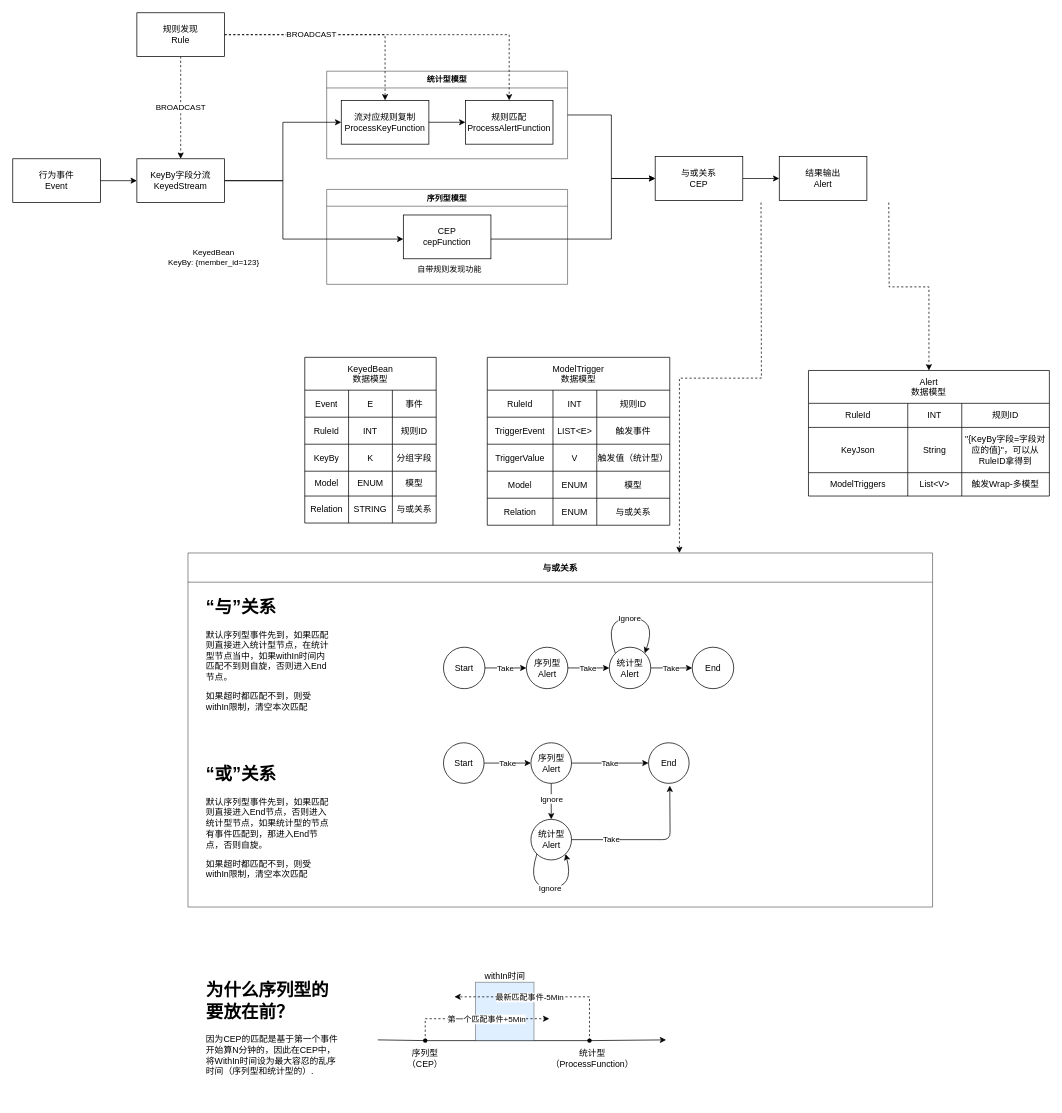
Above: cep.drawio in pengmide/draw (draw.io), before the change. Source tidied: cells renumbered, new cells numbered last; positions are measured from the earlier drawing's top-left corner, leaving out a move shared by most shapes. Both pictures are drawn from the tidied source at 73%, with x=0, y=0 at pixel (12, 12).
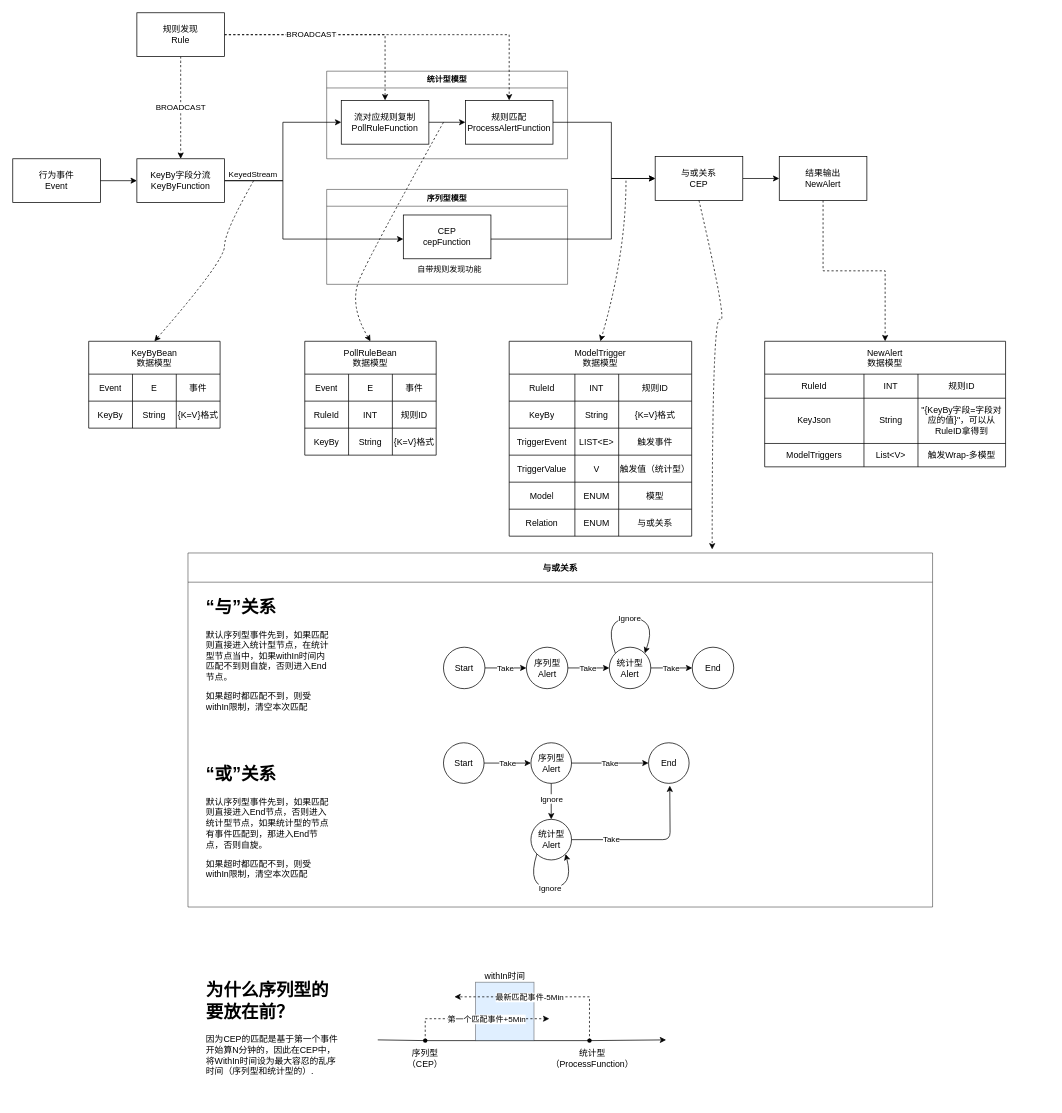
The same diagram, later.

The change refers to these unchanged cells:
```xml
<mxCell id="11" style="shape=tableRow;horizontal=0;startSize=0;swimlaneHead=0;swimlaneBody=0;top=0;left=0;bottom=0;right=0;fillColor=none;rounded=0;shadow=0;comic=0;sketch=0;" parent="2" vertex="1">
  <mxGeometry y="119" width="180" height="37" as="geometry" />
</mxCell>
<mxCell id="78" value="与或关系" style="swimlane;opacity=60;startSize=40;swimlaneHead=1;" parent="77" vertex="1">
  <mxGeometry x="-310" y="-20" width="1020" height="485" as="geometry" />
</mxCell>
<mxCell id="105" value="规则匹配ProcessAlertFunction" style="rounded=0;whiteSpace=wrap;html=1;" parent="1" vertex="1">
  <mxGeometry x="620" y="120" width="120" height="60" as="geometry" />
</mxCell>
<mxCell id="107" value="与或关系&lt;br&gt;CEP" style="rounded=0;whiteSpace=wrap;html=1;" parent="1" vertex="1">
  <mxGeometry x="880" y="197" width="120" height="60" as="geometry" />
</mxCell>
<mxCell id="117" value="统计型模型" style="swimlane;rounded=0;shadow=0;glass=0;sketch=0;fontFamily=Helvetica;fontSize=11;fontColor=default;fillColor=none;opacity=60;" parent="1" vertex="1">
  <mxGeometry x="430" y="80" width="330" height="120" as="geometry" />
</mxCell>
```

The edit, as a diff of the source:
```diff
@@
-    <mxCell id="2" value="KeyedBean&#10;数据模型" style="shape=table;startSize=45;childLayout=tableLayout;rounded=0;shadow=0;comic=0;sketch=0;" parent="1" vertex="1">
-      <mxGeometry x="400" y="472" width="180" height="227" as="geometry" />
+    <mxCell id="2" value="PollRuleBean&#10;数据模型" style="shape=table;startSize=45;childLayout=tableLayout;rounded=0;shadow=0;comic=0;sketch=0;labelBorderColor=none;" parent="1" vertex="1">
+      <mxGeometry x="400" y="450" width="180" height="156" as="geometry" />
     </mxCell>
@@
-    <mxCell id="13" value="&lt;span&gt;K&lt;/span&gt;" style="shape=partialRectangle;html=1;whiteSpace=wrap;overflow=hidden;fillColor=none;top=0;left=0;bottom=0;right=0;rounded=0;shadow=0;comic=0;sketch=0;startSize=0;" parent="11" vertex="1">
+    <mxCell id="13" value="String" style="shape=partialRectangle;html=1;whiteSpace=wrap;overflow=hidden;fillColor=none;top=0;left=0;bottom=0;right=0;rounded=0;shadow=0;comic=0;sketch=0;startSize=0;" parent="11" vertex="1">
       <mxGeometry x="60" width="60" height="37" as="geometry" />
     </mxCell>
-    <mxCell id="14" value="&lt;span&gt;分组字段&lt;/span&gt;" style="shape=partialRectangle;html=1;whiteSpace=wrap;overflow=hidden;fillColor=none;top=0;left=0;bottom=0;right=0;rounded=0;shadow=0;comic=0;sketch=0;startSize=0;" parent="11" vertex="1">
+    <mxCell id="14" value="{K=V}格式" style="shape=partialRectangle;html=1;whiteSpace=wrap;overflow=hidden;fillColor=none;top=0;left=0;bottom=0;right=0;rounded=0;shadow=0;comic=0;sketch=0;startSize=0;" parent="11" vertex="1">
       <mxGeometry x="120" width="60" height="37" as="geometry" />
     </mxCell>
-    <mxCell id="15" style="shape=tableRow;horizontal=0;startSize=0;swimlaneHead=0;swimlaneBody=0;top=0;left=0;bottom=0;right=0;fillColor=none;rounded=0;shadow=0;comic=0;sketch=0;" parent="2" vertex="1">
-      <mxGeometry y="156" width="180" height="34" as="geometry" />
-    </mxCell>
-    <mxCell id="16" value="&lt;span&gt;Model&lt;/span&gt;" style="shape=partialRectangle;html=1;whiteSpace=wrap;overflow=hidden;fillColor=none;top=0;left=0;bottom=0;right=0;rounded=0;shadow=0;comic=0;sketch=0;startSize=0;" parent="15" vertex="1">
-      <mxGeometry width="60" height="34" as="geometry" />
-    </mxCell>
-    <mxCell id="17" value="ENUM" style="shape=partialRectangle;html=1;whiteSpace=wrap;overflow=hidden;fillColor=none;top=0;left=0;bottom=0;right=0;rounded=0;shadow=0;comic=0;sketch=0;startSize=0;" parent="15" vertex="1">
-      <mxGeometry x="60" width="60" height="34" as="geometry" />
-    </mxCell>
-    <mxCell id="18" value="&lt;span&gt;模型&lt;/span&gt;" style="shape=partialRectangle;html=1;whiteSpace=wrap;overflow=hidden;fillColor=none;top=0;left=0;bottom=0;right=0;rounded=0;shadow=0;comic=0;sketch=0;startSize=0;" parent="15" vertex="1">
-      <mxGeometry x="120" width="60" height="34" as="geometry" />
-    </mxCell>
-    <mxCell id="19" style="shape=tableRow;horizontal=0;startSize=0;swimlaneHead=0;swimlaneBody=0;top=0;left=0;bottom=0;right=0;fillColor=none;rounded=0;shadow=0;comic=0;sketch=0;" parent="2" vertex="1">
-      <mxGeometry y="190" width="180" height="37" as="geometry" />
-    </mxCell>
-    <mxCell id="20" value="&lt;span&gt;Relation&lt;/span&gt;" style="shape=partialRectangle;html=1;whiteSpace=wrap;overflow=hidden;fillColor=none;top=0;left=0;bottom=0;right=0;rounded=0;shadow=0;comic=0;sketch=0;startSize=0;" parent="19" vertex="1">
-      <mxGeometry width="60" height="37" as="geometry" />
-    </mxCell>
-    <mxCell id="21" value="STRING" style="shape=partialRectangle;html=1;whiteSpace=wrap;overflow=hidden;fillColor=none;top=0;left=0;bottom=0;right=0;rounded=0;shadow=0;comic=0;sketch=0;startSize=0;" parent="19" vertex="1">
-      <mxGeometry x="60" width="60" height="37" as="geometry" />
-    </mxCell>
-    <mxCell id="22" value="&lt;span&gt;与或关系&lt;/span&gt;" style="shape=partialRectangle;html=1;whiteSpace=wrap;overflow=hidden;fillColor=none;top=0;left=0;bottom=0;right=0;rounded=0;shadow=0;comic=0;sketch=0;startSize=0;" parent="19" vertex="1">
-      <mxGeometry x="120" width="60" height="37" as="geometry" />
-    </mxCell>
     <mxCell id="23" value="ModelTrigger&#10;数据模型" style="shape=table;startSize=45;childLayout=tableLayout;rounded=0;shadow=0;comic=0;sketch=0;fillColor=default;gradientColor=none;" parent="1" vertex="1">
-      <mxGeometry x="650" y="472" width="250" height="230" as="geometry" />
+      <mxGeometry x="680" y="450" width="250" height="267" as="geometry" />
     </mxCell>
@@
+    <mxCell id="125" style="shape=tableRow;horizontal=0;startSize=0;swimlaneHead=0;swimlaneBody=0;top=0;left=0;bottom=0;right=0;fillColor=none;rounded=0;shadow=0;comic=0;sketch=0;" parent="23" vertex="1">
+      <mxGeometry y="82" width="250" height="37" as="geometry" />
+    </mxCell>
+    <mxCell id="126" value="KeyBy" style="shape=partialRectangle;html=1;whiteSpace=wrap;overflow=hidden;fillColor=none;top=0;left=0;bottom=0;right=0;rounded=0;shadow=0;comic=0;sketch=0;startSize=0;" parent="125" vertex="1">
+      <mxGeometry width="90" height="37" as="geometry" />
+    </mxCell>
+    <mxCell id="127" value="String" style="shape=partialRectangle;html=1;whiteSpace=wrap;overflow=hidden;fillColor=none;top=0;left=0;bottom=0;right=0;rounded=0;shadow=0;comic=0;sketch=0;startSize=0;" parent="125" vertex="1">
+      <mxGeometry x="90" width="60" height="37" as="geometry" />
+    </mxCell>
+    <mxCell id="128" value="{K=V}格式" style="shape=partialRectangle;html=1;whiteSpace=wrap;overflow=hidden;fillColor=none;top=0;left=0;bottom=0;right=0;rounded=0;shadow=0;comic=0;sketch=0;startSize=0;" parent="125" vertex="1">
+      <mxGeometry x="150" width="100" height="37" as="geometry" />
+    </mxCell>
     <mxCell id="28" style="shape=tableRow;horizontal=0;startSize=0;swimlaneHead=0;swimlaneBody=0;top=0;left=0;bottom=0;right=0;fillColor=none;rounded=0;shadow=0;comic=0;sketch=0;" parent="23" vertex="1">
-      <mxGeometry y="82" width="250" height="37" as="geometry" />
+      <mxGeometry y="119" width="250" height="37" as="geometry" />
     </mxCell>
@@
     <mxCell id="32" style="shape=tableRow;horizontal=0;startSize=0;swimlaneHead=0;swimlaneBody=0;top=0;left=0;bottom=0;right=0;fillColor=none;rounded=0;shadow=0;comic=0;sketch=0;" parent="23" vertex="1">
-      <mxGeometry y="119" width="250" height="37" as="geometry" />
+      <mxGeometry y="156" width="250" height="37" as="geometry" />
     </mxCell>
@@
     <mxCell id="36" style="shape=tableRow;horizontal=0;startSize=0;swimlaneHead=0;swimlaneBody=0;top=0;left=0;bottom=0;right=0;fillColor=none;rounded=0;shadow=0;comic=0;sketch=0;" parent="23" vertex="1">
-      <mxGeometry y="156" width="250" height="37" as="geometry" />
+      <mxGeometry y="193" width="250" height="37" as="geometry" />
     </mxCell>
@@
     <mxCell id="40" style="shape=tableRow;horizontal=0;startSize=0;swimlaneHead=0;swimlaneBody=0;top=0;left=0;bottom=0;right=0;fillColor=none;rounded=0;shadow=0;comic=0;sketch=0;" parent="23" vertex="1">
-      <mxGeometry y="193" width="250" height="37" as="geometry" />
+      <mxGeometry y="230" width="250" height="37" as="geometry" />
     </mxCell>
@@
-    <mxCell id="63" value="Alert&#10;数据模型" style="shape=table;startSize=45;childLayout=tableLayout;rounded=0;shadow=0;comic=0;sketch=0;fillColor=default;gradientColor=none;" parent="1" vertex="1">
-      <mxGeometry x="1090" y="490" width="330" height="172" as="geometry" />
+    <mxCell id="63" value="NewAlert&#10;数据模型" style="shape=table;startSize=45;childLayout=tableLayout;rounded=0;shadow=0;comic=0;sketch=0;fillColor=default;gradientColor=none;" parent="1" vertex="1">
+      <mxGeometry x="1030" y="450" width="330" height="172" as="geometry" />
     </mxCell>
@@
-    <mxCell id="76" style="edgeStyle=orthogonalEdgeStyle;rounded=0;jettySize=auto;html=1;exitX=0.5;exitY=1;exitDx=0;exitDy=0;dashed=1;" parent="1" edge="1" target="63">
-      <mxGeometry relative="1" as="geometry">
-        <mxPoint x="1200" y="260" as="sourcePoint" />
-      </mxGeometry>
+    <mxCell id="76" style="edgeStyle=orthogonalEdgeStyle;rounded=0;jettySize=auto;html=1;exitX=0.5;exitY=1;exitDx=0;exitDy=0;dashed=1;" parent="1" edge="1" source="102" target="63">
+      <mxGeometry relative="1" as="geometry" />
     </mxCell>
@@
-    <mxCell id="101" style="edgeStyle=orthogonalEdgeStyle;rounded=0;jettySize=auto;html=1;exitX=0.5;exitY=1;exitDx=0;exitDy=0;entryX=0.66;entryY=0;entryDx=0;entryDy=0;dashed=1;entryPerimeter=0;" parent="1" edge="1" target="78">
-      <mxGeometry relative="1" as="geometry">
-        <mxPoint x="1025" y="260" as="sourcePoint" />
-      </mxGeometry>
-    </mxCell>
-    <mxCell id="102" value="结果输出&lt;br&gt;Alert" style="whiteSpace=wrap;html=1;rounded=0;" parent="1" vertex="1">
+    <mxCell id="102" value="结果输出&lt;br&gt;NewAlert" style="whiteSpace=wrap;html=1;rounded=0;" parent="1" vertex="1">
       <mxGeometry x="1050" y="197" width="120" height="60" as="geometry" />
     </mxCell>
@@
-    <mxCell id="108" value="流对应规则复制ProcessKeyFunction" style="whiteSpace=wrap;html=1;rounded=0;" parent="1" vertex="1">
+    <mxCell id="108" value="流对应规则复制&lt;br&gt;&lt;div style=&quot;text-align: left&quot;&gt;&lt;span style=&quot;text-align: center&quot;&gt;PollRuleFunction&lt;/span&gt;&lt;/div&gt;" style="whiteSpace=wrap;html=1;rounded=0;" parent="1" vertex="1">
       <mxGeometry x="450" y="120" width="120" height="60" as="geometry" />
     </mxCell>
@@
-    <mxCell id="112" value="KeyedBean&lt;br&gt;KeyBy: {member_id=123}" style="text;html=1;align=center;verticalAlign=middle;strokeColor=none;fillColor=none;fontSize=11;fontFamily=Helvetica;fontColor=default;" parent="1" vertex="1">
-      <mxGeometry x="200" y="320" width="150" height="30" as="geometry" />
-    </mxCell>
@@
-    <mxCell id="115" value="KeyBy字段分流&lt;br&gt;KeyedStream" style="whiteSpace=wrap;html=1;rounded=0;" parent="1" vertex="1">
+    <mxCell id="115" value="KeyBy字段分流&lt;br&gt;KeyByFunction" style="whiteSpace=wrap;html=1;rounded=0;" parent="1" vertex="1">
       <mxGeometry x="170" y="200" width="120" height="60" as="geometry" />
     </mxCell>
-    <mxCell id="116" style="edgeStyle=orthogonalEdgeStyle;shape=connector;rounded=0;sketch=0;jettySize=auto;html=1;exitX=1;exitY=0.5;exitDx=0;exitDy=0;entryX=0;entryY=0.5;entryDx=0;entryDy=0;labelBackgroundColor=default;fontFamily=Helvetica;fontSize=11;fontColor=default;endArrow=classic;strokeColor=default;" parent="1" edge="1" source="117" target="107">
-      <mxGeometry relative="1" as="geometry" />
+    <mxCell id="116" style="edgeStyle=orthogonalEdgeStyle;shape=connector;rounded=0;sketch=0;jettySize=auto;html=1;exitX=1;exitY=0.5;exitDx=0;exitDy=0;entryX=0;entryY=0.5;entryDx=0;entryDy=0;labelBackgroundColor=default;fontFamily=Helvetica;fontSize=11;fontColor=default;endArrow=classic;strokeColor=default;" parent="1" edge="1" source="105" target="107">
+      <mxGeometry relative="1" as="geometry">
+        <Array as="points">
+          <mxPoint x="820" y="150" />
+          <mxPoint x="820" y="227" />
+        </Array>
+      </mxGeometry>
     </mxCell>
@@
-    <mxCell id="118" value="序列型模型" style="swimlane;rounded=0;shadow=0;glass=0;sketch=0;fontFamily=Helvetica;fontSize=11;fontColor=default;fillColor=none;opacity=60;" parent="1" vertex="1">
+    <mxCell id="118" value="序列型模型" style="swimlane;rounded=0;shadow=0;glass=0;sketch=0;fontFamily=Helvetica;fontSize=11;fontColor=default;fillColor=none;opacity=60;swimlaneLine=1;" parent="1" vertex="1">
       <mxGeometry x="430" y="242" width="330" height="130" as="geometry" />
     </mxCell>
@@
+    <mxCell id="129" value="KeyByBean&#10;数据模型" style="shape=table;startSize=45;childLayout=tableLayout;rounded=0;shadow=0;comic=0;sketch=0;labelBorderColor=none;" parent="1" vertex="1">
+      <mxGeometry x="104" y="450" width="180" height="119" as="geometry" />
+    </mxCell>
+    <mxCell id="130" style="shape=tableRow;horizontal=0;startSize=0;swimlaneHead=0;swimlaneBody=0;top=0;left=0;bottom=0;right=0;fillColor=none;rounded=0;shadow=0;comic=0;sketch=0;" parent="129" vertex="1">
+      <mxGeometry y="45" width="180" height="37" as="geometry" />
+    </mxCell>
+    <mxCell id="131" value="&lt;span&gt;Event&lt;/span&gt;" style="shape=partialRectangle;html=1;whiteSpace=wrap;overflow=hidden;fillColor=none;top=0;left=0;bottom=0;right=0;rounded=0;shadow=0;comic=0;sketch=0;startSize=0;" parent="130" vertex="1">
+      <mxGeometry width="60" height="37" as="geometry" />
+    </mxCell>
+    <mxCell id="132" value="&lt;span&gt;E&lt;/span&gt;" style="shape=partialRectangle;html=1;whiteSpace=wrap;overflow=hidden;fillColor=none;top=0;left=0;bottom=0;right=0;rounded=0;shadow=0;comic=0;sketch=0;startSize=0;" parent="130" vertex="1">
+      <mxGeometry x="60" width="60" height="37" as="geometry" />
+    </mxCell>
+    <mxCell id="133" value="&lt;span&gt;事件&lt;/span&gt;" style="shape=partialRectangle;html=1;whiteSpace=wrap;overflow=hidden;fillColor=none;top=0;left=0;bottom=0;right=0;rounded=0;shadow=0;comic=0;sketch=0;startSize=0;" parent="130" vertex="1">
+      <mxGeometry x="120" width="60" height="37" as="geometry" />
+    </mxCell>
+    <mxCell id="134" style="shape=tableRow;horizontal=0;startSize=0;swimlaneHead=0;swimlaneBody=0;top=0;left=0;bottom=0;right=0;fillColor=none;rounded=0;shadow=0;comic=0;sketch=0;" parent="129" vertex="1">
+      <mxGeometry y="82" width="180" height="37" as="geometry" />
+    </mxCell>
+    <mxCell id="135" value="&lt;span&gt;KeyBy&lt;/span&gt;" style="shape=partialRectangle;html=1;whiteSpace=wrap;overflow=hidden;fillColor=none;top=0;left=0;bottom=0;right=0;rounded=0;shadow=0;comic=0;sketch=0;startSize=0;" parent="134" vertex="1">
+      <mxGeometry width="60" height="37" as="geometry" />
+    </mxCell>
+    <mxCell id="136" value="String" style="shape=partialRectangle;html=1;whiteSpace=wrap;overflow=hidden;fillColor=none;top=0;left=0;bottom=0;right=0;rounded=0;shadow=0;comic=0;sketch=0;startSize=0;" parent="134" vertex="1">
+      <mxGeometry x="60" width="60" height="37" as="geometry" />
+    </mxCell>
+    <mxCell id="137" value="{K=V}格式" style="shape=partialRectangle;html=1;whiteSpace=wrap;overflow=hidden;fillColor=none;top=0;left=0;bottom=0;right=0;rounded=0;shadow=0;comic=0;sketch=0;startSize=0;" parent="134" vertex="1">
+      <mxGeometry x="120" width="60" height="37" as="geometry" />
+    </mxCell>
+    <mxCell id="138" style="curved=1;endArrow=classic;html=1;dashed=1;labelBackgroundColor=default;sketch=0;fontFamily=Helvetica;fontSize=11;fontColor=default;strokeColor=default;shape=connector;entryX=0.5;entryY=0;entryDx=0;entryDy=0;" parent="1" edge="1" target="129">
+      <mxGeometry relative="1" as="geometry">
+        <mxPoint x="330" y="230" as="sourcePoint" />
+        <Array as="points">
+          <mxPoint x="290" y="300" />
+          <mxPoint x="290" y="340" />
+        </Array>
+      </mxGeometry>
+    </mxCell>
+    <mxCell id="139" style="endArrow=classic;html=1;dashed=1;labelBackgroundColor=default;sketch=0;fontFamily=Helvetica;fontSize=11;fontColor=default;strokeColor=default;shape=connector;curved=1;entryX=0.5;entryY=0;entryDx=0;entryDy=0;" parent="1" edge="1" target="2">
+      <mxGeometry relative="1" as="geometry">
+        <mxPoint x="590" y="150" as="sourcePoint" />
+        <Array as="points">
+          <mxPoint x="490" y="330" />
+          <mxPoint x="460" y="400" />
+        </Array>
+      </mxGeometry>
+    </mxCell>
+    <mxCell id="140" value="KeyedStream" style="text;html=1;align=center;verticalAlign=middle;strokeColor=none;fillColor=none;fontSize=11;fontFamily=Helvetica;fontColor=default;" parent="1" vertex="1">
+      <mxGeometry x="284" y="211" width="90" height="20" as="geometry" />
+    </mxCell>
+    <mxCell id="141" style="curved=1;endArrow=classic;html=1;dashed=1;labelBackgroundColor=default;sketch=0;fontFamily=Helvetica;fontSize=11;fontColor=default;strokeColor=default;shape=connector;entryX=0.5;entryY=0;entryDx=0;entryDy=0;" parent="1" edge="1" target="23">
+      <mxGeometry relative="1" as="geometry">
+        <mxPoint x="840" y="230" as="sourcePoint" />
+        <Array as="points">
+          <mxPoint x="840" y="330" />
+        </Array>
+      </mxGeometry>
+    </mxCell>
+    <mxCell id="142" style="curved=1;endArrow=classic;html=1;dashed=1;labelBackgroundColor=default;sketch=0;fontFamily=Helvetica;fontSize=11;fontColor=default;strokeColor=default;shape=connector;exitX=0.5;exitY=1;exitDx=0;exitDy=0;entryX=0.704;entryY=-0.01;entryDx=0;entryDy=0;entryPerimeter=0;" parent="1" edge="1" source="107" target="78">
+      <mxGeometry relative="1" as="geometry">
+        <Array as="points">
+          <mxPoint x="980" y="430" />
+          <mxPoint x="958" y="410" />
+        </Array>
+      </mxGeometry>
+    </mxCell>
```
